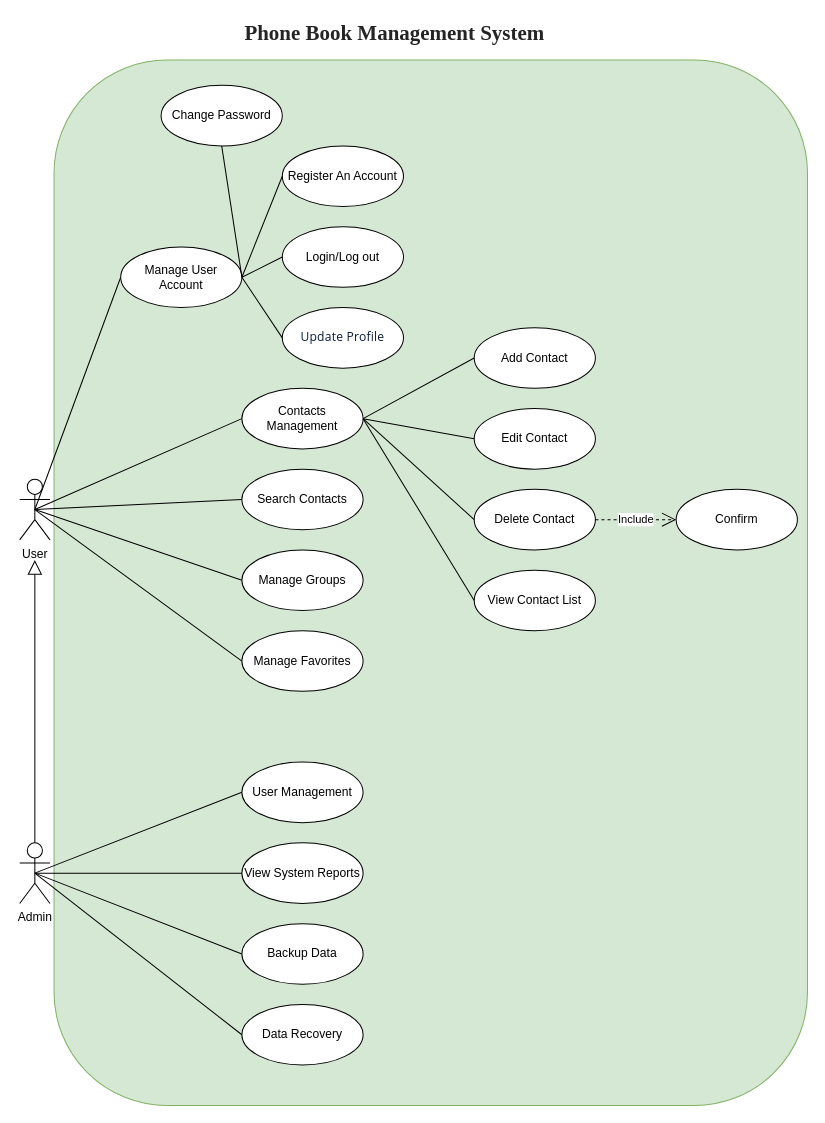
HiKem43/Phone-Book-Management-System keeps this draw.io diagram as Use Case.drawio. Above is the earlier version. Source tidied: cells renumbered, new cells numbered last; positions are measured from the earlier drawing's top-left corner, leaving out a move shared by most shapes. Both pictures are drawn from the tidied source at 101%, with x=0, y=0 at pixel (19, 24).
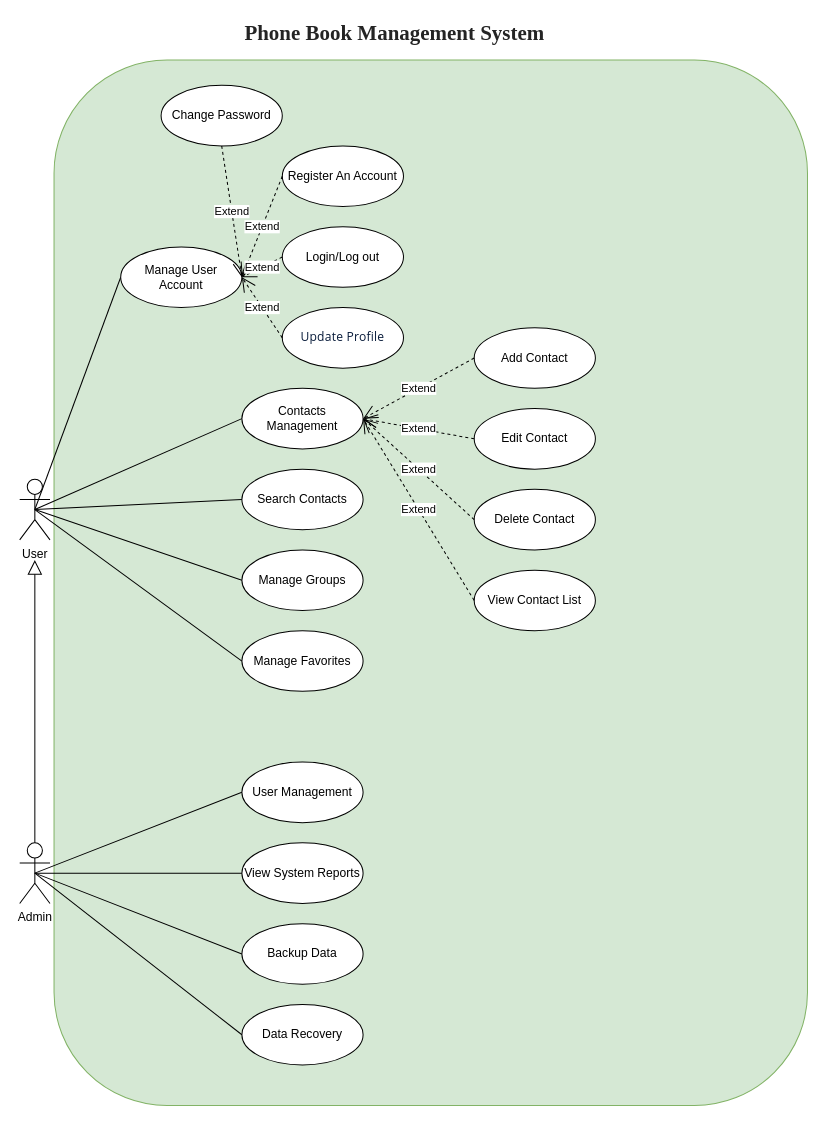
After the change.

Unchanged cells that the change refers to:
```xml
<mxCell id="4" value="Login/Log out" style="ellipse;whiteSpace=wrap;html=1;" parent="1" vertex="1">
  <mxGeometry x="260" y="200" width="120" height="60" as="geometry" />
</mxCell>
<mxCell id="5" value="Contacts Management" style="ellipse;whiteSpace=wrap;html=1;" parent="1" vertex="1">
  <mxGeometry x="220" y="360" width="120" height="60" as="geometry" />
</mxCell>
<mxCell id="11" value="Add Contact" style="ellipse;whiteSpace=wrap;html=1;" parent="1" vertex="1">
  <mxGeometry x="450" y="300" width="120" height="60" as="geometry" />
</mxCell>
<mxCell id="12" value="Edit Contact" style="ellipse;whiteSpace=wrap;html=1;" parent="1" vertex="1">
  <mxGeometry x="450" y="380" width="120" height="60" as="geometry" />
</mxCell>
<mxCell id="13" value="Delete Contact" style="ellipse;whiteSpace=wrap;html=1;" parent="1" vertex="1">
  <mxGeometry x="450" y="460" width="120" height="60" as="geometry" />
</mxCell>
<mxCell id="14" value="View Contact List" style="ellipse;whiteSpace=wrap;html=1;" parent="1" vertex="1">
  <mxGeometry x="450" y="540" width="120" height="60" as="geometry" />
</mxCell>
<mxCell id="26" value="Register An Account" style="ellipse;whiteSpace=wrap;html=1;" parent="1" vertex="1">
  <mxGeometry x="260" y="120" width="120" height="60" as="geometry" />
</mxCell>
<mxCell id="31" value="&lt;span id=&quot;docs-internal-guid-4f20b92b-7fff-a7b5-9f57-a5886e585a63&quot;&gt;&lt;span style=&quot;font-family: Arial, sans-serif; background-color: transparent; font-variant: normal; vertical-align: baseline; white-space: pre-wrap;&quot;&gt;Manage User Account&lt;/span&gt;&lt;/span&gt;" style="ellipse;whiteSpace=wrap;html=1;fontSize=12;" parent="1" vertex="1">
  <mxGeometry x="100" y="220" width="120" height="60" as="geometry" />
</mxCell>
<mxCell id="36" value="&lt;span style=&quot;color: rgb(8, 27, 58); font-family: SegoeuiPc, &amp;quot;Segoe UI&amp;quot;, &amp;quot;San Francisco&amp;quot;, &amp;quot;Helvetica Neue&amp;quot;, Helvetica, &amp;quot;Lucida Grande&amp;quot;, Roboto, Ubuntu, Tahoma, &amp;quot;Microsoft Sans Serif&amp;quot;, Arial, sans-serif; letter-spacing: 0.2px; text-align: start; white-space: pre-wrap; background-color: rgb(255, 255, 255);&quot;&gt;Update Profile&lt;/span&gt;" style="ellipse;whiteSpace=wrap;html=1;fontSize=12;" parent="1" vertex="1">
  <mxGeometry x="260" y="280" width="120" height="60" as="geometry" />
</mxCell>
<mxCell id="38" value="Change Password" style="ellipse;whiteSpace=wrap;html=1;" parent="1" vertex="1">
  <mxGeometry x="140" y="60" width="120" height="60" as="geometry" />
</mxCell>
```

What changed in the source:
```diff
@@
-    <mxCell id="27" style="endArrow=none;html=1;rounded=0;exitX=1;exitY=0.5;exitDx=0;exitDy=0;entryX=0;entryY=0.5;entryDx=0;entryDy=0;" parent="1" edge="1" source="5" target="11">
-      <mxGeometry relative="1" as="geometry" />
-    </mxCell>
-    <mxCell id="28" style="endArrow=none;html=1;rounded=0;exitX=1;exitY=0.5;exitDx=0;exitDy=0;entryX=0;entryY=0.5;entryDx=0;entryDy=0;" parent="1" edge="1" source="5" target="12">
-      <mxGeometry relative="1" as="geometry" />
-    </mxCell>
-    <mxCell id="29" style="endArrow=none;html=1;rounded=0;exitX=1;exitY=0.5;exitDx=0;exitDy=0;entryX=0;entryY=0.5;entryDx=0;entryDy=0;" parent="1" edge="1" source="5" target="13">
-      <mxGeometry relative="1" as="geometry" />
-    </mxCell>
-    <mxCell id="30" style="endArrow=none;html=1;rounded=0;exitX=1;exitY=0.5;exitDx=0;exitDy=0;entryX=0;entryY=0.5;entryDx=0;entryDy=0;" parent="1" edge="1" source="5" target="14">
-      <mxGeometry relative="1" as="geometry" />
-    </mxCell>
@@
-    <mxCell id="32" style="endArrow=none;html=1;rounded=0;exitX=1;exitY=0.5;exitDx=0;exitDy=0;entryX=0;entryY=0.5;entryDx=0;entryDy=0;" parent="1" edge="1" source="31" target="26">
-      <mxGeometry relative="1" as="geometry" />
-    </mxCell>
-    <mxCell id="33" style="endArrow=none;html=1;rounded=0;exitX=1;exitY=0.5;exitDx=0;exitDy=0;entryX=0;entryY=0.5;entryDx=0;entryDy=0;" parent="1" edge="1" source="31" target="4">
-      <mxGeometry relative="1" as="geometry" />
-    </mxCell>
-    <mxCell id="34" value="Include" style="endArrow=open;endSize=12;dashed=1;html=1;rounded=0;exitX=1;exitY=0.5;exitDx=0;exitDy=0;entryX=0;entryY=0.5;entryDx=0;entryDy=0;" parent="1" edge="1" source="13" target="35">
-      <mxGeometry relative="1" as="geometry" />
-    </mxCell>
-    <mxCell id="35" value="Confirm" style="ellipse;whiteSpace=wrap;html=1;" parent="1" vertex="1">
-      <mxGeometry x="650" y="460" width="120" height="60" as="geometry" />
-    </mxCell>
@@
-    <mxCell id="37" style="endArrow=none;html=1;rounded=0;exitX=1;exitY=0.5;exitDx=0;exitDy=0;entryX=0;entryY=0.5;entryDx=0;entryDy=0;" parent="1" edge="1" source="31" target="36">
-      <mxGeometry relative="1" as="geometry" />
-    </mxCell>
@@
-    <mxCell id="39" style="endArrow=none;html=1;rounded=0;exitX=1;exitY=0.5;exitDx=0;exitDy=0;entryX=0.5;entryY=1;entryDx=0;entryDy=0;" parent="1" edge="1" source="31" target="38">
-      <mxGeometry relative="1" as="geometry" />
-    </mxCell>
@@
+    <mxCell id="43" value="Extend" style="endArrow=open;endSize=12;dashed=1;html=1;rounded=0;exitX=0;exitY=0.5;exitDx=0;exitDy=0;entryX=1;entryY=0.5;entryDx=0;entryDy=0;" parent="1" edge="1" source="11" target="5">
+      <mxGeometry relative="1" as="geometry" />
+    </mxCell>
+    <mxCell id="44" value="Extend" style="endArrow=open;endSize=12;dashed=1;html=1;rounded=0;entryX=1;entryY=0.5;entryDx=0;entryDy=0;exitX=0;exitY=0.5;exitDx=0;exitDy=0;" parent="1" edge="1" source="12" target="5">
+      <mxGeometry relative="1" as="geometry" />
+    </mxCell>
+    <mxCell id="45" value="Extend" style="endArrow=open;endSize=12;dashed=1;html=1;rounded=0;exitX=0;exitY=0.5;exitDx=0;exitDy=0;entryX=1;entryY=0.5;entryDx=0;entryDy=0;" parent="1" edge="1" source="13" target="5">
+      <mxGeometry relative="1" as="geometry" />
+    </mxCell>
+    <mxCell id="46" value="Extend" style="endArrow=open;endSize=12;dashed=1;html=1;rounded=0;exitX=0;exitY=0.5;exitDx=0;exitDy=0;entryX=1;entryY=0.5;entryDx=0;entryDy=0;" parent="1" edge="1" source="14" target="5">
+      <mxGeometry relative="1" as="geometry" />
+    </mxCell>
+    <mxCell id="47" value="Extend" style="endArrow=open;endSize=12;dashed=1;html=1;rounded=0;exitX=0.5;exitY=1;exitDx=0;exitDy=0;entryX=1;entryY=0.5;entryDx=0;entryDy=0;" parent="1" edge="1" source="38" target="31">
+      <mxGeometry relative="1" as="geometry" />
+    </mxCell>
+    <mxCell id="48" value="Extend" style="endArrow=open;endSize=12;dashed=1;html=1;rounded=0;exitX=0;exitY=0.5;exitDx=0;exitDy=0;entryX=1;entryY=0.5;entryDx=0;entryDy=0;" parent="1" edge="1" source="26" target="31">
+      <mxGeometry relative="1" as="geometry" />
+    </mxCell>
+    <mxCell id="49" value="Extend" style="endArrow=open;endSize=12;dashed=1;html=1;rounded=0;exitX=0;exitY=0.5;exitDx=0;exitDy=0;entryX=1;entryY=0.5;entryDx=0;entryDy=0;" parent="1" edge="1" source="4" target="31">
+      <mxGeometry relative="1" as="geometry" />
+    </mxCell>
+    <mxCell id="50" value="Extend" style="endArrow=open;endSize=12;dashed=1;html=1;rounded=0;exitX=0;exitY=0.5;exitDx=0;exitDy=0;entryX=1;entryY=0.5;entryDx=0;entryDy=0;" parent="1" edge="1" source="36" target="31">
+      <mxGeometry relative="1" as="geometry" />
+    </mxCell>
```
